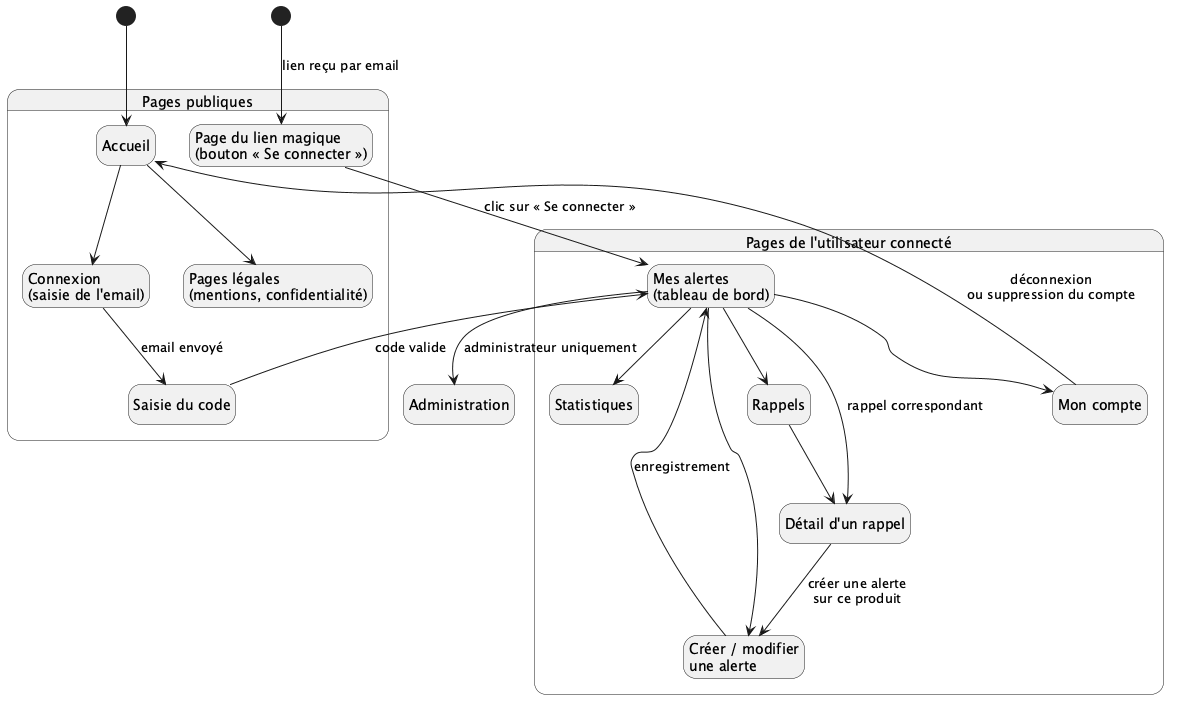
Above: doc/umldiagrams/workflows/navigation.png in lodygens/cadi (PlantUML), before the change.
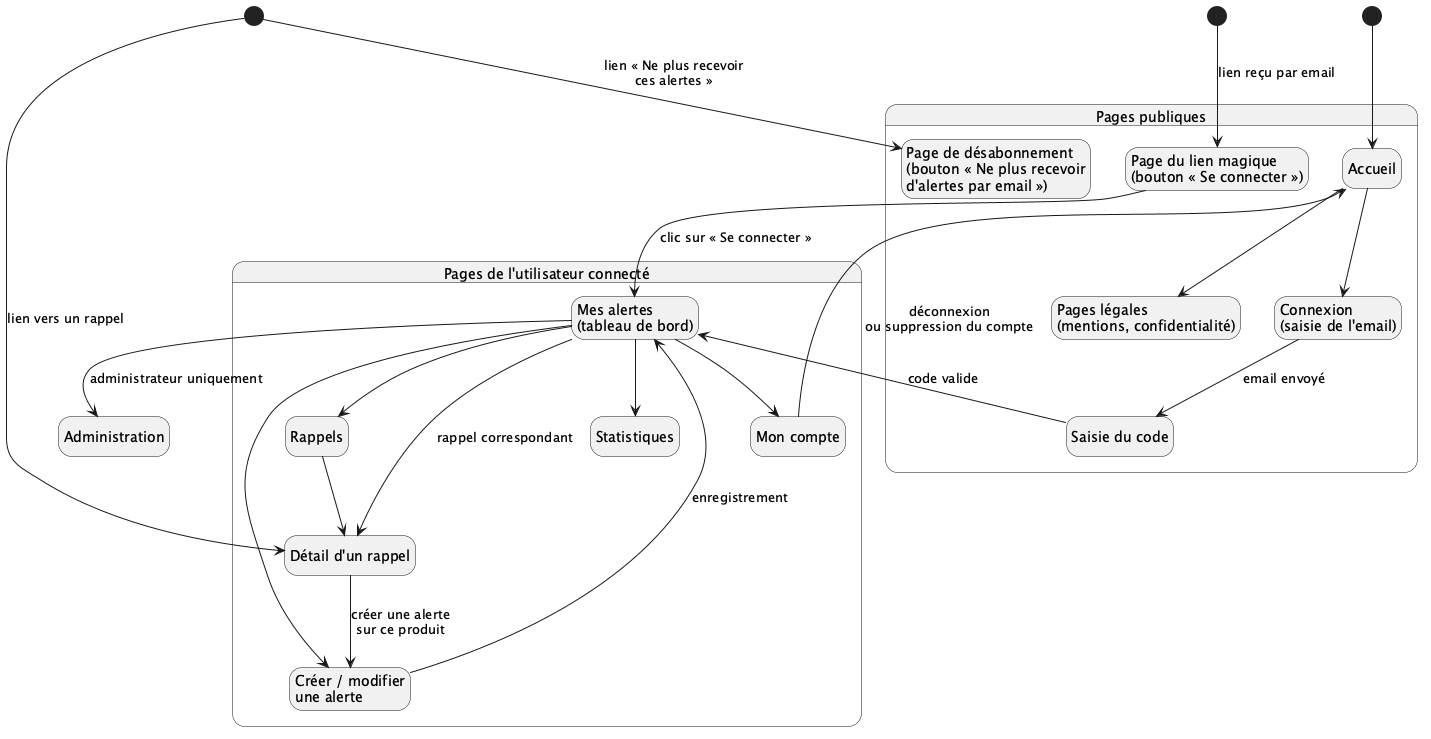
After the change.

Diff of the diagram source:
```diff
@@ -7,6 +7,7 @@
     state "Saisie du code" as Code
     state "Page du lien magique\n(bouton « Se connecter »)" as Lien
     state "Pages légales\n(mentions, confidentialité)" as Legal
+    state "Page de désabonnement\n(bouton « Ne plus recevoir\nd'alertes par email »)" as Desab
 }
 
 state "Pages de l'utilisateur connecté" as Prive {
@@ -23,6 +24,9 @@
 [*] --> Accueil
 state "Email de connexion" as Mail <<start>>
 Mail --> Lien : lien reçu par email
+state "Email d'alerte" as MailAlerte <<start>>
+MailAlerte --> Desab : lien « Ne plus recevoir\nces alertes »
+MailAlerte --> Detail : lien vers un rappel
 Accueil --> Connexion
 Accueil --> Legal
 Connexion --> Code : email envoyé
```
